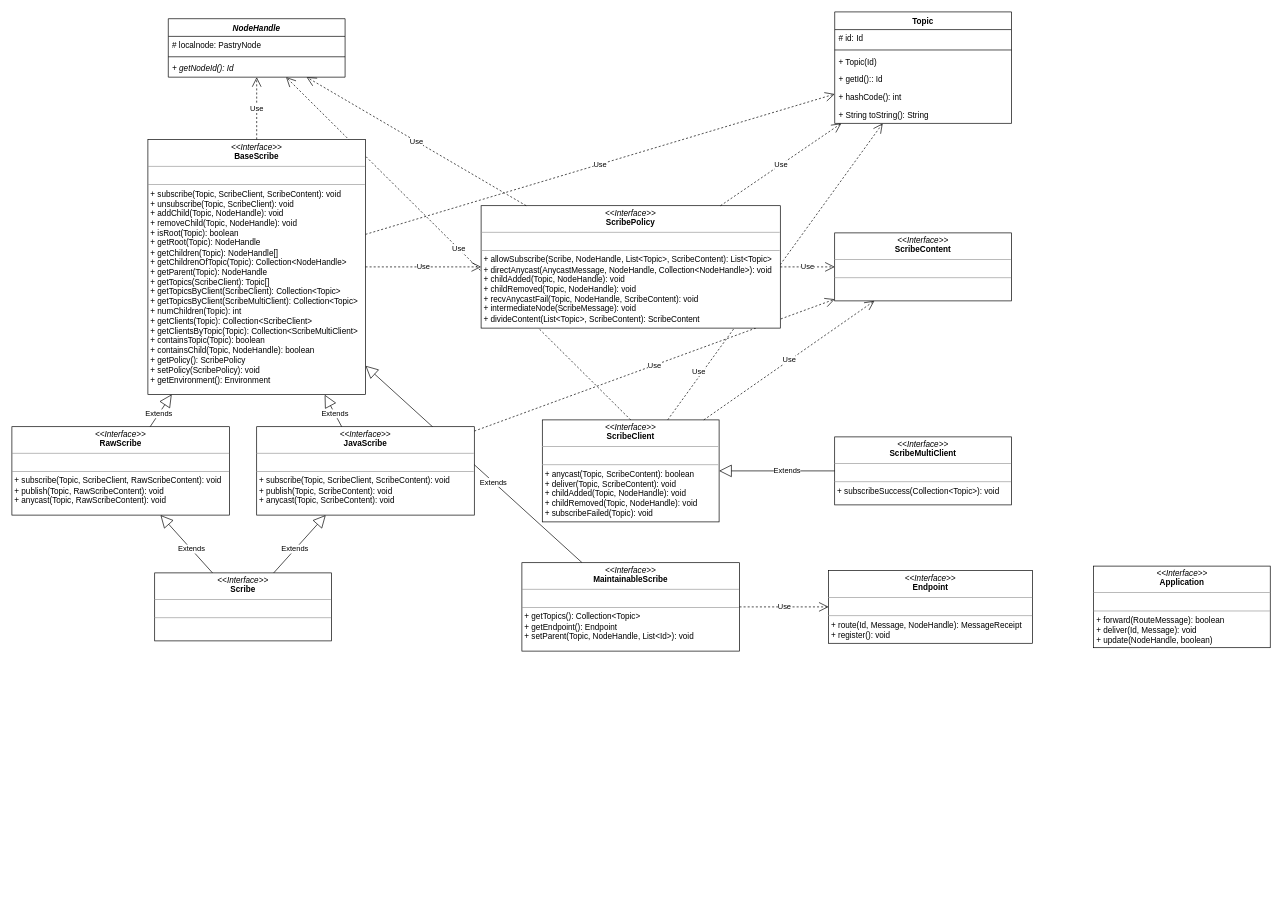
Above: Scribe.drawio in OneOverThree/PastryTest (draw.io), before the change. Source tidied: cells renumbered, new cells numbered last; positions are measured from the earlier drawing's top-left corner, leaving out a move shared by most shapes. Both pictures are drawn from the tidied source at 68%, with x=0, y=0 at pixel (12, 12).
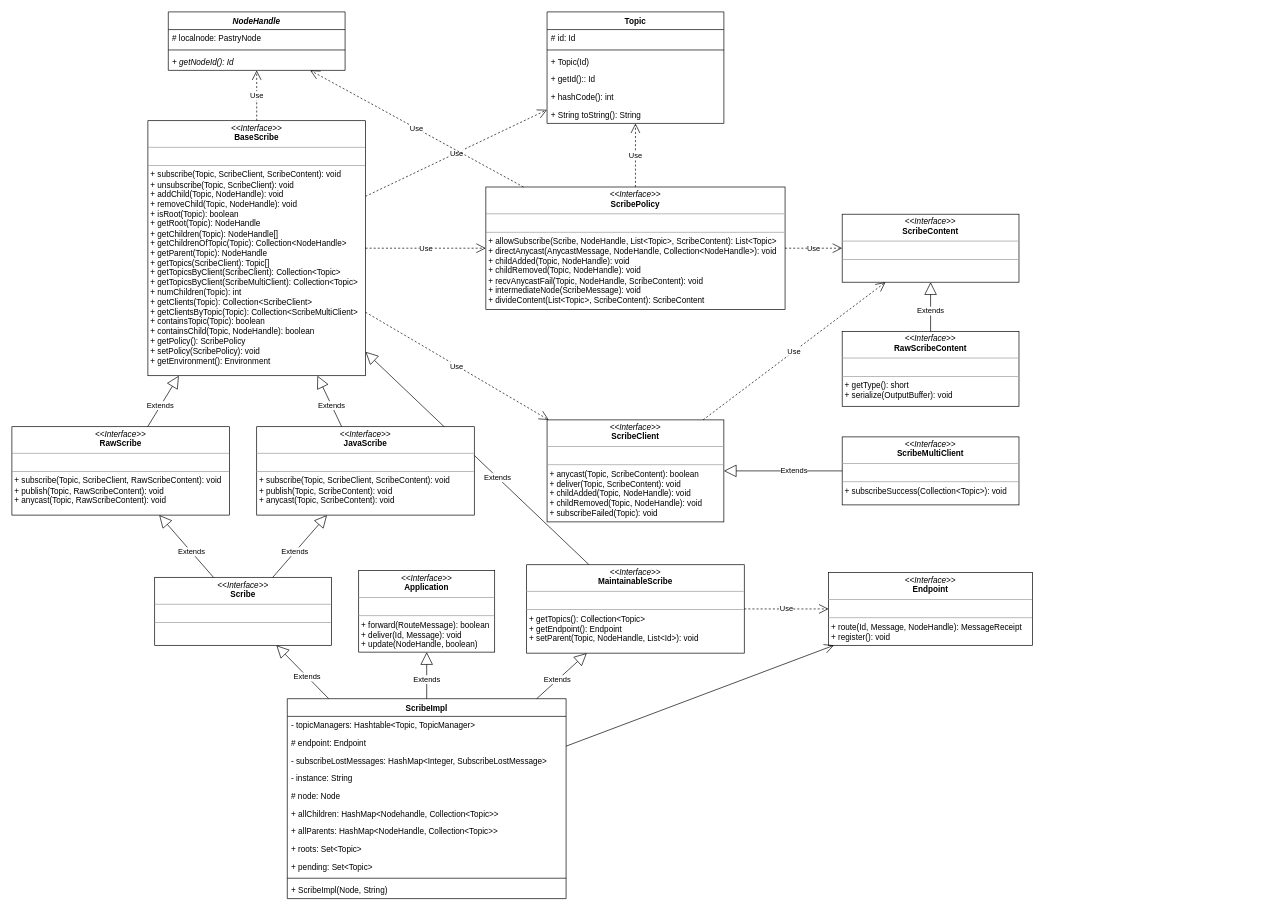
Above is the later version.

The change refers to these unchanged cells:
```xml
<mxCell id="38" value="&lt;p style=&quot;margin:0px;margin-top:4px;text-align:center;&quot;&gt;&lt;i&gt;&amp;lt;&amp;lt;Interface&amp;gt;&amp;gt;&lt;/i&gt;&lt;br&gt;&lt;b&gt;JavaScribe&lt;/b&gt;&lt;br&gt;&lt;/p&gt;&lt;hr size=&quot;1&quot;&gt;&lt;p style=&quot;margin:0px;margin-left:4px;&quot;&gt;&lt;br&gt;&lt;/p&gt;&lt;hr size=&quot;1&quot;&gt;&lt;p style=&quot;margin:0px;margin-left:4px;&quot;&gt;+ subscribe(Topic, ScribeClient, ScribeContent): void&lt;/p&gt;&lt;p style=&quot;margin:0px;margin-left:4px;&quot;&gt;+ publish(Topic, ScribeContent): void&lt;/p&gt;&lt;p style=&quot;margin:0px;margin-left:4px;&quot;&gt;+ anycast(Topic, ScribeContent): void&lt;/p&gt;" style="verticalAlign=top;align=left;overflow=fill;fontSize=12;fontFamily=Helvetica;html=1;rounded=0;shadow=0;comic=0;labelBackgroundColor=none;strokeWidth=1;" parent="1" vertex="1">
  <mxGeometry x="360" y="610" width="320" height="130" as="geometry" />
</mxCell>
```

What changed in the source:
```diff
@@
-    <mxCell id="3" value="Use" style="endArrow=open;endSize=12;dashed=1;html=1;rounded=0;" parent="1" edge="1" source="7" target="15">
-      <mxGeometry x="-0.69" y="4" relative="1" as="geometry">
-        <mxPoint y="-1" as="offset" />
-      </mxGeometry>
-    </mxCell>
-    <mxCell id="4" value="Use" style="endArrow=open;endSize=12;dashed=1;html=1;rounded=0;" parent="1" edge="1" source="38" target="12">
-      <mxGeometry relative="1" as="geometry" />
-    </mxCell>
@@
     <mxCell id="6" value="&lt;p style=&quot;margin:0px;margin-top:4px;text-align:center;&quot;&gt;&lt;i&gt;&amp;lt;&amp;lt;Interface&amp;gt;&amp;gt;&lt;/i&gt;&lt;br&gt;&lt;b&gt;Application&lt;/b&gt;&lt;br&gt;&lt;/p&gt;&lt;hr size=&quot;1&quot;&gt;&lt;p style=&quot;margin:0px;margin-left:4px;&quot;&gt;&lt;br&gt;&lt;/p&gt;&lt;hr size=&quot;1&quot;&gt;&lt;p style=&quot;margin:0px;margin-left:4px;&quot;&gt;+ forward(RouteMessage): boolean&lt;br&gt;&lt;/p&gt;&lt;p style=&quot;margin:0px;margin-left:4px;&quot;&gt;+ deliver(Id, Message)&lt;span style=&quot;background-color: initial;&quot;&gt;: void&lt;/span&gt;&lt;/p&gt;&lt;p style=&quot;margin:0px;margin-left:4px;&quot;&gt;&lt;span style=&quot;background-color: initial;&quot;&gt;+ update(NodeHandle, boolean)&lt;/span&gt;&lt;/p&gt;" style="verticalAlign=top;align=left;overflow=fill;fontSize=12;fontFamily=Helvetica;html=1;rounded=0;shadow=0;comic=0;labelBackgroundColor=none;strokeWidth=1;" parent="1" vertex="1">
-      <mxGeometry x="1590.5" y="815" width="260" height="120" as="geometry" />
+      <mxGeometry x="510" y="821.5" width="200" height="120" as="geometry" />
     </mxCell>
     <mxCell id="7" value="&lt;p style=&quot;margin:0px;margin-top:4px;text-align:center;&quot;&gt;&lt;i&gt;&amp;lt;&amp;lt;Interface&amp;gt;&amp;gt;&lt;/i&gt;&lt;br&gt;&lt;b&gt;ScribeClient&lt;/b&gt;&lt;br&gt;&lt;/p&gt;&lt;hr size=&quot;1&quot;&gt;&lt;p style=&quot;margin:0px;margin-left:4px;&quot;&gt;&lt;br&gt;&lt;/p&gt;&lt;hr size=&quot;1&quot;&gt;&lt;p style=&quot;margin:0px;margin-left:4px;&quot;&gt;+ anycast(Topic, ScribeContent): boolean&lt;br&gt;&lt;/p&gt;&lt;p style=&quot;margin:0px;margin-left:4px;&quot;&gt;+ deliver(Topic, ScribeContent)&lt;span style=&quot;background-color: initial;&quot;&gt;: void&lt;/span&gt;&lt;/p&gt;&lt;p style=&quot;margin:0px;margin-left:4px;&quot;&gt;&lt;span style=&quot;background-color: initial;&quot;&gt;+ childAdded(Topic, NodeHandle): void&lt;/span&gt;&lt;/p&gt;&lt;p style=&quot;margin:0px;margin-left:4px;&quot;&gt;&lt;span style=&quot;background-color: initial;&quot;&gt;+ childRemoved(Topic, NodeHandle): void&lt;/span&gt;&lt;/p&gt;&lt;p style=&quot;margin:0px;margin-left:4px;&quot;&gt;&lt;span style=&quot;background-color: initial;&quot;&gt;+ subscribeFailed(Topic): void&lt;/span&gt;&lt;/p&gt;" style="verticalAlign=top;align=left;overflow=fill;fontSize=12;fontFamily=Helvetica;html=1;rounded=0;shadow=0;comic=0;labelBackgroundColor=none;strokeWidth=1;" parent="1" vertex="1">
-      <mxGeometry x="780" y="600" width="260" height="150" as="geometry" />
+      <mxGeometry x="787" y="600" width="260" height="150" as="geometry" />
     </mxCell>
     <mxCell id="8" value="NodeHandle" style="swimlane;fontStyle=3;align=center;verticalAlign=top;horizontal=1;startSize=26;" parent="1" vertex="1">
-      <mxGeometry x="230" y="10" width="260" height="86" as="geometry" />
+      <mxGeometry x="230" width="260" height="86" as="geometry" />
     </mxCell>
@@
     <mxCell id="12" value="&lt;p style=&quot;margin:0px;margin-top:4px;text-align:center;&quot;&gt;&lt;i&gt;&amp;lt;&amp;lt;Interface&amp;gt;&amp;gt;&lt;/i&gt;&lt;br&gt;&lt;b&gt;ScribeContent&lt;/b&gt;&lt;br&gt;&lt;/p&gt;&lt;hr size=&quot;1&quot;&gt;&lt;p style=&quot;margin:0px;margin-left:4px;&quot;&gt;&lt;br&gt;&lt;/p&gt;&lt;hr size=&quot;1&quot;&gt;&lt;p style=&quot;margin:0px;margin-left:4px;&quot;&gt;&lt;br&gt;&lt;/p&gt;" style="verticalAlign=top;align=left;overflow=fill;fontSize=12;fontFamily=Helvetica;html=1;rounded=0;shadow=0;comic=0;labelBackgroundColor=none;strokeWidth=1;" parent="1" vertex="1">
-      <mxGeometry x="1210" y="325" width="260" height="100" as="geometry" />
+      <mxGeometry x="1221" y="297.5" width="260" height="100" as="geometry" />
     </mxCell>
-    <mxCell id="13" value="Use" style="endArrow=open;endSize=12;dashed=1;html=1;rounded=0;exitX=0.5;exitY=0;exitDx=0;exitDy=0;" parent="1" edge="1" source="7" target="8">
-      <mxGeometry relative="1" as="geometry" />
-    </mxCell>
@@
     <mxCell id="15" value="Topic" style="swimlane;fontStyle=1;align=center;verticalAlign=top;horizontal=1;startSize=26;" parent="1" vertex="1">
-      <mxGeometry x="1210" width="260" height="164" as="geometry" />
+      <mxGeometry x="787" width="260" height="164" as="geometry" />
     </mxCell>
@@
     <mxCell id="22" value="&lt;p style=&quot;margin:0px;margin-top:4px;text-align:center;&quot;&gt;&lt;i&gt;&amp;lt;&amp;lt;Interface&amp;gt;&amp;gt;&lt;/i&gt;&lt;br&gt;&lt;b&gt;Endpoint&lt;/b&gt;&lt;br&gt;&lt;/p&gt;&lt;hr size=&quot;1&quot;&gt;&lt;p style=&quot;margin:0px;margin-left:4px;&quot;&gt;&lt;br&gt;&lt;/p&gt;&lt;hr size=&quot;1&quot;&gt;&lt;p style=&quot;margin:0px;margin-left:4px;&quot;&gt;+ route(Id, Message, NodeHandle): MessageReceipt&lt;br&gt;&lt;/p&gt;&lt;p style=&quot;margin:0px;margin-left:4px;&quot;&gt;+&amp;nbsp;register()&lt;span style=&quot;background-color: initial;&quot;&gt;: void&lt;/span&gt;&lt;/p&gt;" style="verticalAlign=top;align=left;overflow=fill;fontSize=12;fontFamily=Helvetica;html=1;rounded=0;shadow=0;comic=0;labelBackgroundColor=none;strokeWidth=1;" parent="1" vertex="1">
-      <mxGeometry x="1201" y="821.5" width="300" height="107" as="geometry" />
+      <mxGeometry x="1201" y="824.5" width="300" height="107" as="geometry" />
     </mxCell>
     <mxCell id="23" value="&lt;p style=&quot;margin:0px;margin-top:4px;text-align:center;&quot;&gt;&lt;i&gt;&amp;lt;&amp;lt;Interface&amp;gt;&amp;gt;&lt;/i&gt;&lt;br&gt;&lt;b&gt;Scribe&lt;/b&gt;&lt;br&gt;&lt;/p&gt;&lt;hr size=&quot;1&quot;&gt;&lt;p style=&quot;margin:0px;margin-left:4px;&quot;&gt;&lt;br&gt;&lt;/p&gt;&lt;hr size=&quot;1&quot;&gt;&lt;p style=&quot;margin:0px;margin-left:4px;&quot;&gt;&lt;br&gt;&lt;/p&gt;" style="verticalAlign=top;align=left;overflow=fill;fontSize=12;fontFamily=Helvetica;html=1;rounded=0;shadow=0;comic=0;labelBackgroundColor=none;strokeWidth=1;" parent="1" vertex="1">
-      <mxGeometry x="210" y="825" width="260" height="100" as="geometry" />
+      <mxGeometry x="210" y="831.5" width="260" height="100" as="geometry" />
     </mxCell>
@@
     <mxCell id="25" value="&lt;p style=&quot;margin:0px;margin-top:4px;text-align:center;&quot;&gt;&lt;i&gt;&amp;lt;&amp;lt;Interface&amp;gt;&amp;gt;&lt;/i&gt;&lt;br&gt;&lt;b&gt;BaseScribe&lt;/b&gt;&lt;br&gt;&lt;/p&gt;&lt;hr size=&quot;1&quot;&gt;&lt;p style=&quot;margin:0px;margin-left:4px;&quot;&gt;&lt;br&gt;&lt;/p&gt;&lt;hr size=&quot;1&quot;&gt;&lt;p style=&quot;margin:0px;margin-left:4px;&quot;&gt;+ subscribe(Topic, ScribeClient, ScribeContent): void&lt;/p&gt;&lt;p style=&quot;margin:0px;margin-left:4px;&quot;&gt;+ unsubscribe(Topic, ScribeClient): void&lt;br&gt;&lt;/p&gt;&lt;p style=&quot;margin:0px;margin-left:4px;&quot;&gt;+ addChild(Topic, NodeHandle): void&lt;/p&gt;&lt;p style=&quot;margin:0px;margin-left:4px;&quot;&gt;+ removeChild(Topic, NodeHandle): void&lt;/p&gt;&lt;p style=&quot;margin:0px;margin-left:4px;&quot;&gt;+ isRoot(Topic): boolean&lt;/p&gt;&lt;p style=&quot;margin:0px;margin-left:4px;&quot;&gt;+ getRoot(Topic): NodeHandle&lt;/p&gt;&lt;p style=&quot;margin:0px;margin-left:4px;&quot;&gt;+ getChildren(Topic): NodeHandle[]&lt;/p&gt;&lt;p style=&quot;margin:0px;margin-left:4px;&quot;&gt;+ getChildrenOfTopic(Topic): Collection&amp;lt;NodeHandle&amp;gt;&lt;/p&gt;&lt;p style=&quot;margin:0px;margin-left:4px;&quot;&gt;+ getParent(Topic): NodeHandle&lt;/p&gt;&lt;p style=&quot;margin:0px;margin-left:4px;&quot;&gt;+ getTopics(ScribeClient): Topic[]&lt;/p&gt;&lt;p style=&quot;margin:0px;margin-left:4px;&quot;&gt;+ getTopicsByClient(ScribeClient): Collection&amp;lt;Topic&amp;gt;&lt;/p&gt;&lt;p style=&quot;margin:0px;margin-left:4px;&quot;&gt;+ getTopicsByClient(ScribeMultiClient): Collection&amp;lt;Topic&amp;gt;&lt;/p&gt;&lt;p style=&quot;margin:0px;margin-left:4px;&quot;&gt;+ numChildren(Topic): int&lt;/p&gt;&lt;p style=&quot;margin:0px;margin-left:4px;&quot;&gt;+ getClients(Topic): Collection&amp;lt;ScribeClient&amp;gt;&lt;/p&gt;&lt;p style=&quot;margin:0px;margin-left:4px;&quot;&gt;+ getClientsByTopic(Topic): Collection&amp;lt;ScribeMultiClient&amp;gt;&lt;/p&gt;&lt;p style=&quot;margin:0px;margin-left:4px;&quot;&gt;+ containsTopic(Topic): boolean&lt;/p&gt;&lt;p style=&quot;margin:0px;margin-left:4px;&quot;&gt;+ containsChild(Topic, NodeHandle): boolean&lt;/p&gt;&lt;p style=&quot;margin:0px;margin-left:4px;&quot;&gt;+ getPolicy(): ScribePolicy&lt;/p&gt;&lt;p style=&quot;margin:0px;margin-left:4px;&quot;&gt;+ setPolicy(ScribePolicy): void&lt;/p&gt;&lt;p style=&quot;margin:0px;margin-left:4px;&quot;&gt;+ getEnvironment(): Environment&lt;/p&gt;" style="verticalAlign=top;align=left;overflow=fill;fontSize=12;fontFamily=Helvetica;html=1;rounded=0;shadow=0;comic=0;labelBackgroundColor=none;strokeWidth=1;" parent="1" vertex="1">
-      <mxGeometry x="200" y="187.5" width="320" height="375" as="geometry" />
+      <mxGeometry x="200" y="160" width="320" height="375" as="geometry" />
     </mxCell>
     <mxCell id="26" value="&lt;p style=&quot;margin:0px;margin-top:4px;text-align:center;&quot;&gt;&lt;i&gt;&amp;lt;&amp;lt;Interface&amp;gt;&amp;gt;&lt;/i&gt;&lt;br&gt;&lt;b&gt;ScribePolicy&lt;/b&gt;&lt;br&gt;&lt;/p&gt;&lt;hr size=&quot;1&quot;&gt;&lt;p style=&quot;margin:0px;margin-left:4px;&quot;&gt;&lt;br&gt;&lt;/p&gt;&lt;hr size=&quot;1&quot;&gt;&lt;p style=&quot;margin:0px;margin-left:4px;&quot;&gt;+&amp;nbsp;allowSubscribe(Scribe, NodeHandle, List&amp;lt;Topic&amp;gt;, ScribeContent): List&amp;lt;Topic&amp;gt;&lt;/p&gt;&lt;p style=&quot;margin:0px;margin-left:4px;&quot;&gt;+ directAnycast(AnycastMessage, NodeHandle, Collection&amp;lt;NodeHandle&amp;gt;): void&lt;/p&gt;&lt;p style=&quot;border-color: var(--border-color); margin: 0px 0px 0px 4px;&quot;&gt;+ childAdded(Topic, NodeHandle): void&lt;/p&gt;&lt;p style=&quot;border-color: var(--border-color); margin: 0px 0px 0px 4px;&quot;&gt;&lt;span style=&quot;border-color: var(--border-color); background-color: initial;&quot;&gt;+ childRemoved(Topic, NodeHandle): void&lt;/span&gt;&lt;/p&gt;&lt;p style=&quot;border-color: var(--border-color); margin: 0px 0px 0px 4px;&quot;&gt;&lt;span style=&quot;border-color: var(--border-color); background-color: initial;&quot;&gt;+ recvAnycastFail(Topic, NodeHandle, ScribeContent): void&lt;/span&gt;&lt;/p&gt;&lt;p style=&quot;border-color: var(--border-color); margin: 0px 0px 0px 4px;&quot;&gt;&lt;span style=&quot;border-color: var(--border-color); background-color: initial;&quot;&gt;+ intermediateNode(ScribeMessage): void&lt;/span&gt;&lt;/p&gt;&lt;p style=&quot;border-color: var(--border-color); margin: 0px 0px 0px 4px;&quot;&gt;&lt;span style=&quot;border-color: var(--border-color); background-color: initial;&quot;&gt;+ divideContent(List&amp;lt;Topic&amp;gt;, ScribeContent): ScribeContent&lt;/span&gt;&lt;/p&gt;" style="verticalAlign=top;align=left;overflow=fill;fontSize=12;fontFamily=Helvetica;html=1;rounded=0;shadow=0;comic=0;labelBackgroundColor=none;strokeWidth=1;" parent="1" vertex="1">
-      <mxGeometry x="690" y="285" width="440" height="180" as="geometry" />
+      <mxGeometry x="697" y="257.5" width="440" height="180" as="geometry" />
     </mxCell>
     <mxCell id="27" value="&lt;p style=&quot;margin:0px;margin-top:4px;text-align:center;&quot;&gt;&lt;i&gt;&amp;lt;&amp;lt;Interface&amp;gt;&amp;gt;&lt;/i&gt;&lt;br&gt;&lt;b&gt;ScribeMultiClient&lt;/b&gt;&lt;br&gt;&lt;/p&gt;&lt;hr size=&quot;1&quot;&gt;&lt;p style=&quot;margin:0px;margin-left:4px;&quot;&gt;&lt;br&gt;&lt;/p&gt;&lt;hr size=&quot;1&quot;&gt;&lt;p style=&quot;margin:0px;margin-left:4px;&quot;&gt;&lt;span style=&quot;background-color: initial;&quot;&gt;+ subscribeSuccess(Collection&amp;lt;Topic&amp;gt;): void&lt;/span&gt;&lt;br&gt;&lt;/p&gt;" style="verticalAlign=top;align=left;overflow=fill;fontSize=12;fontFamily=Helvetica;html=1;rounded=0;shadow=0;comic=0;labelBackgroundColor=none;strokeWidth=1;" parent="1" vertex="1">
-      <mxGeometry x="1210" y="625" width="260" height="100" as="geometry" />
+      <mxGeometry x="1221" y="625" width="260" height="100" as="geometry" />
     </mxCell>
@@
     <mxCell id="35" value="&lt;p style=&quot;margin:0px;margin-top:4px;text-align:center;&quot;&gt;&lt;i&gt;&amp;lt;&amp;lt;Interface&amp;gt;&amp;gt;&lt;/i&gt;&lt;br&gt;&lt;b&gt;MaintainableScribe&lt;/b&gt;&lt;br&gt;&lt;/p&gt;&lt;hr size=&quot;1&quot;&gt;&lt;p style=&quot;margin:0px;margin-left:4px;&quot;&gt;&lt;br&gt;&lt;/p&gt;&lt;hr size=&quot;1&quot;&gt;&lt;p style=&quot;margin:0px;margin-left:4px;&quot;&gt;+ getTopics(): Collection&amp;lt;Topic&amp;gt;&lt;/p&gt;&lt;p style=&quot;margin:0px;margin-left:4px;&quot;&gt;+ getEndpoint(): Endpoint&lt;/p&gt;&lt;p style=&quot;margin:0px;margin-left:4px;&quot;&gt;+ setParent(Topic, NodeHandle, List&amp;lt;Id&amp;gt;): void&lt;/p&gt;" style="verticalAlign=top;align=left;overflow=fill;fontSize=12;fontFamily=Helvetica;html=1;rounded=0;shadow=0;comic=0;labelBackgroundColor=none;strokeWidth=1;" parent="1" vertex="1">
-      <mxGeometry x="750" y="810" width="320" height="130" as="geometry" />
+      <mxGeometry x="757" y="813" width="320" height="130" as="geometry" />
     </mxCell>
@@
-    <mxCell id="39" value="Extends" style="endArrow=block;endSize=16;endFill=0;html=1;rounded=0;" parent="1" edge="1">
+    <mxCell id="39" value="Extends" style="endArrow=block;endSize=16;endFill=0;html=1;rounded=0;" parent="1" edge="1" target="25">
       <mxGeometry x="-0.18" relative="1" as="geometry">
         <mxPoint x="485" y="610" as="sourcePoint" />
-        <mxPoint x="460" y="563" as="targetPoint" />
       </mxGeometry>
     </mxCell>
@@
+    <mxCell id="41" value="&lt;p style=&quot;margin:0px;margin-top:4px;text-align:center;&quot;&gt;&lt;i&gt;&amp;lt;&amp;lt;Interface&amp;gt;&amp;gt;&lt;/i&gt;&lt;br&gt;&lt;b&gt;RawScribeContent&lt;/b&gt;&lt;br&gt;&lt;/p&gt;&lt;hr size=&quot;1&quot;&gt;&lt;p style=&quot;margin:0px;margin-left:4px;&quot;&gt;&lt;br&gt;&lt;/p&gt;&lt;hr size=&quot;1&quot;&gt;&lt;p style=&quot;margin:0px;margin-left:4px;&quot;&gt;+ getType(): short&lt;/p&gt;&lt;p style=&quot;margin:0px;margin-left:4px;&quot;&gt;+ serialize(OutputBuffer): void&lt;/p&gt;" style="verticalAlign=top;align=left;overflow=fill;fontSize=12;fontFamily=Helvetica;html=1;rounded=0;shadow=0;comic=0;labelBackgroundColor=none;strokeWidth=1;" parent="1" vertex="1">
+      <mxGeometry x="1221" y="470" width="260" height="110" as="geometry" />
+    </mxCell>
+    <mxCell id="42" value="Extends" style="endArrow=block;endSize=16;endFill=0;html=1;rounded=0;" parent="1" edge="1" source="41" target="12">
+      <mxGeometry x="-0.18" relative="1" as="geometry" />
+    </mxCell>
+    <mxCell id="43" value="Use" style="endArrow=open;endSize=12;dashed=1;html=1;rounded=0;" parent="1" edge="1" source="25" target="7">
+      <mxGeometry relative="1" as="geometry" />
+    </mxCell>
+    <mxCell id="44" value="ScribeImpl" style="swimlane;fontStyle=1;align=center;verticalAlign=top;horizontal=1;startSize=26;" parent="1" vertex="1">
+      <mxGeometry x="405" y="1010" width="410" height="294" as="geometry" />
+    </mxCell>
+    <mxCell id="45" value="- topicManagers: Hashtable&lt;Topic, TopicManager&gt;" style="text;strokeColor=none;fillColor=none;align=left;verticalAlign=top;spacingLeft=4;spacingRight=4;overflow=hidden;" parent="44" vertex="1">
+      <mxGeometry y="26" width="410" height="26" as="geometry" />
+    </mxCell>
+    <mxCell id="46" value="# endpoint: Endpoint" style="text;strokeColor=none;fillColor=none;align=left;verticalAlign=top;spacingLeft=4;spacingRight=4;overflow=hidden;" parent="44" vertex="1">
+      <mxGeometry y="52" width="410" height="26" as="geometry" />
+    </mxCell>
+    <mxCell id="47" value="- subscribeLostMessages: HashMap&lt;Integer, SubscribeLostMessage&gt;" style="text;strokeColor=none;fillColor=none;align=left;verticalAlign=top;spacingLeft=4;spacingRight=4;overflow=hidden;" parent="44" vertex="1">
+      <mxGeometry y="78" width="410" height="26" as="geometry" />
+    </mxCell>
+    <mxCell id="48" value="- instance: String" style="text;strokeColor=none;fillColor=none;align=left;verticalAlign=top;spacingLeft=4;spacingRight=4;overflow=hidden;" parent="44" vertex="1">
+      <mxGeometry y="104" width="410" height="26" as="geometry" />
+    </mxCell>
+    <mxCell id="49" value="# node: Node" style="text;strokeColor=none;fillColor=none;align=left;verticalAlign=top;spacingLeft=4;spacingRight=4;overflow=hidden;" parent="44" vertex="1">
+      <mxGeometry y="130" width="410" height="26" as="geometry" />
+    </mxCell>
+    <mxCell id="50" value="+ allChildren: HashMap&lt;Nodehandle, Collection&lt;Topic&gt;&gt;" style="text;strokeColor=none;fillColor=none;align=left;verticalAlign=top;spacingLeft=4;spacingRight=4;overflow=hidden;" parent="44" vertex="1">
+      <mxGeometry y="156" width="410" height="26" as="geometry" />
+    </mxCell>
+    <mxCell id="51" value="+ allParents: HashMap&lt;NodeHandle, Collection&lt;Topic&gt;&gt;" style="text;strokeColor=none;fillColor=none;align=left;verticalAlign=top;spacingLeft=4;spacingRight=4;overflow=hidden;" parent="44" vertex="1">
+      <mxGeometry y="182" width="410" height="26" as="geometry" />
+    </mxCell>
+    <mxCell id="52" value="+ roots: Set&lt;Topic&gt;" style="text;strokeColor=none;fillColor=none;align=left;verticalAlign=top;spacingLeft=4;spacingRight=4;overflow=hidden;" parent="44" vertex="1">
+      <mxGeometry y="208" width="410" height="26" as="geometry" />
+    </mxCell>
+    <mxCell id="53" value="+ pending: Set&lt;Topic&gt;" style="text;strokeColor=none;fillColor=none;align=left;verticalAlign=top;spacingLeft=4;spacingRight=4;overflow=hidden;" parent="44" vertex="1">
+      <mxGeometry y="234" width="410" height="26" as="geometry" />
+    </mxCell>
+    <mxCell id="54" style="line;strokeWidth=1;fillColor=none;align=left;verticalAlign=middle;spacingTop=-1;spacingLeft=3;spacingRight=3;labelPosition=right;strokeColor=inherit;" parent="44" vertex="1">
+      <mxGeometry y="260" width="410" height="8" as="geometry" />
+    </mxCell>
+    <mxCell id="55" value="+ ScribeImpl(Node, String)" style="text;strokeColor=none;fillColor=none;align=left;verticalAlign=top;spacingLeft=4;spacingRight=4;overflow=hidden;fontStyle=0;" parent="44" vertex="1">
+      <mxGeometry y="268" width="410" height="26" as="geometry" />
+    </mxCell>
+    <mxCell id="56" value="Extends" style="endArrow=block;endSize=16;endFill=0;html=1;rounded=0;" parent="1" edge="1" source="44" target="6">
+      <mxGeometry x="-0.18" relative="1" as="geometry" />
+    </mxCell>
+    <mxCell id="57" value="Extends" style="endArrow=block;endSize=16;endFill=0;html=1;rounded=0;" parent="1" edge="1" source="44" target="35">
+      <mxGeometry x="-0.18" relative="1" as="geometry" />
+    </mxCell>
+    <mxCell id="58" value="Extends" style="endArrow=block;endSize=16;endFill=0;html=1;rounded=0;" parent="1" edge="1" source="44" target="23">
+      <mxGeometry x="-0.18" relative="1" as="geometry" />
+    </mxCell>
+    <mxCell id="59" style="endArrow=open;endFill=1;endSize=12;html=1;rounded=0;" parent="1" edge="1" source="44" target="22">
+      <mxGeometry relative="1" as="geometry" />
+    </mxCell>
```
